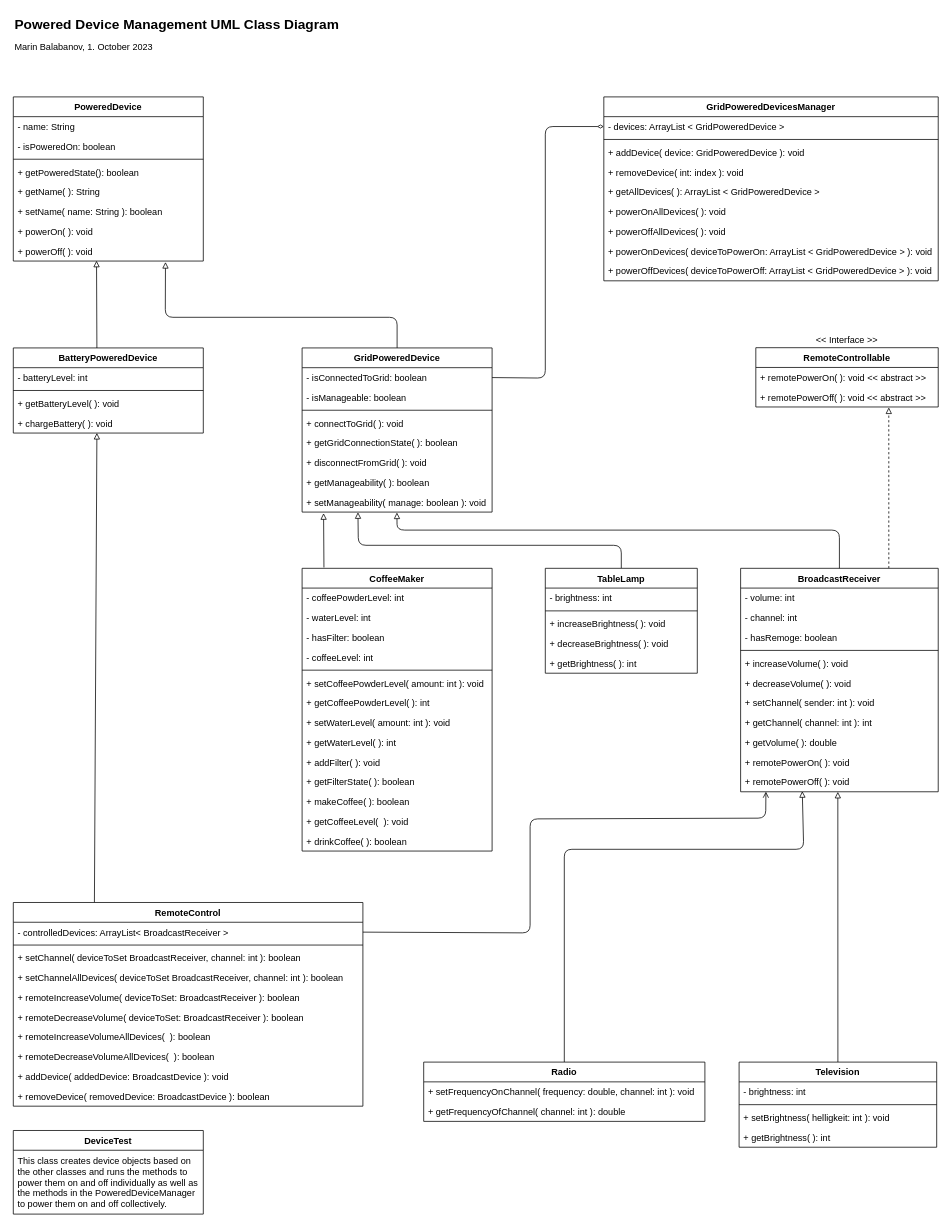
This is DevicesUML.drawio from mbalabanov/Devices, a draw.io file, before an edit. Source tidied: cells renumbered, new cells numbered last; positions are measured from the earlier drawing's top-left corner, leaving out a move shared by most shapes. Both pictures are drawn from the tidied source at 76%, with x=0, y=0 at pixel (13, 13).
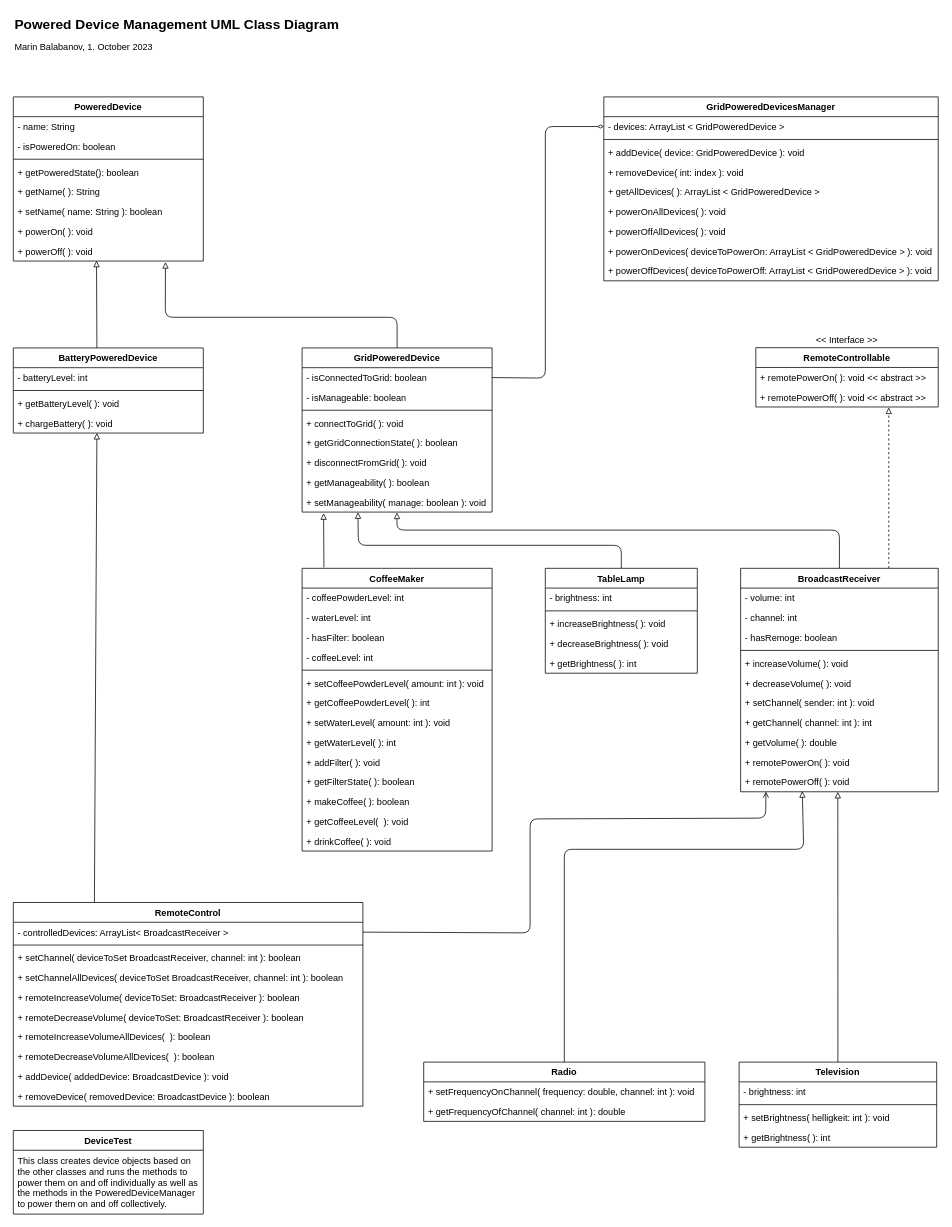
After the change.

Commit message (it also covers changes not shown here):
Adapts diagram

The change refers to these unchanged cells:
```xml
<mxCell id="42" value="CoffeeMaker" style="swimlane;fontStyle=1;align=center;verticalAlign=top;horizontal=1;startSize=26;" parent="1" vertex="1">
  <mxGeometry x="380" y="730.3" width="250" height="372" as="geometry" />
</mxCell>
```

What changed in the source:
```diff
@@
-    <mxCell id="56" value="+ drinkCoffee( ): boolean" style="text;strokeColor=none;fillColor=none;align=left;verticalAlign=top;spacingLeft=4;spacingRight=4;overflow=hidden;" parent="42" vertex="1">
+    <mxCell id="56" value="+ drinkCoffee( ): void" style="text;strokeColor=none;fillColor=none;align=left;verticalAlign=top;spacingLeft=4;spacingRight=4;overflow=hidden;" parent="42" vertex="1">
       <mxGeometry y="346" width="250" height="26" as="geometry" />
     </mxCell>
```
